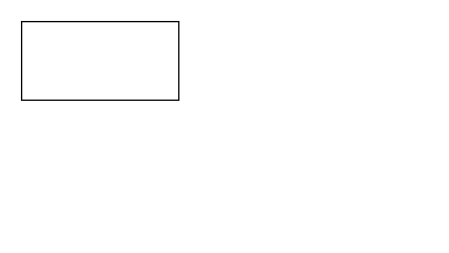
This is 架构.drawio from kaylves/diagram, a draw.io file, before an edit. Source tidied: cells renumbered, new cells numbered last; positions are measured from the earlier drawing's top-left corner, leaving out a move shared by most shapes. Both pictures are drawn from the tidied source at 131%, with x=0, y=0 at pixel (21, 21).
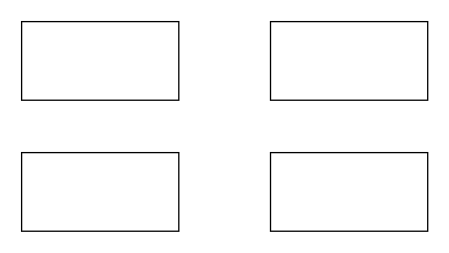
The same page after the edit.

Diff of the diagram source:
```diff
@@
 <mxGraphModel>
   <root>
     <mxCell id="0" />
     <mxCell id="1" parent="0" />
     <mxCell id="2" style="rounded=0;whiteSpace=wrap;html=1;" parent="1" vertex="1">
       <mxGeometry width="120" height="60" as="geometry" />
     </mxCell>
+    <mxCell id="3" style="rounded=0;whiteSpace=wrap;html=1;" parent="1" vertex="1">
+      <mxGeometry y="100" width="120" height="60" as="geometry" />
+    </mxCell>
+    <mxCell id="4" style="rounded=0;whiteSpace=wrap;html=1;" parent="1" vertex="1">
+      <mxGeometry x="190" y="100" width="120" height="60" as="geometry" />
+    </mxCell>
+    <mxCell id="5" style="rounded=0;whiteSpace=wrap;html=1;" parent="1" vertex="1">
+      <mxGeometry x="190" width="120" height="60" as="geometry" />
+    </mxCell>
   </root>
 </mxGraphModel>
```
